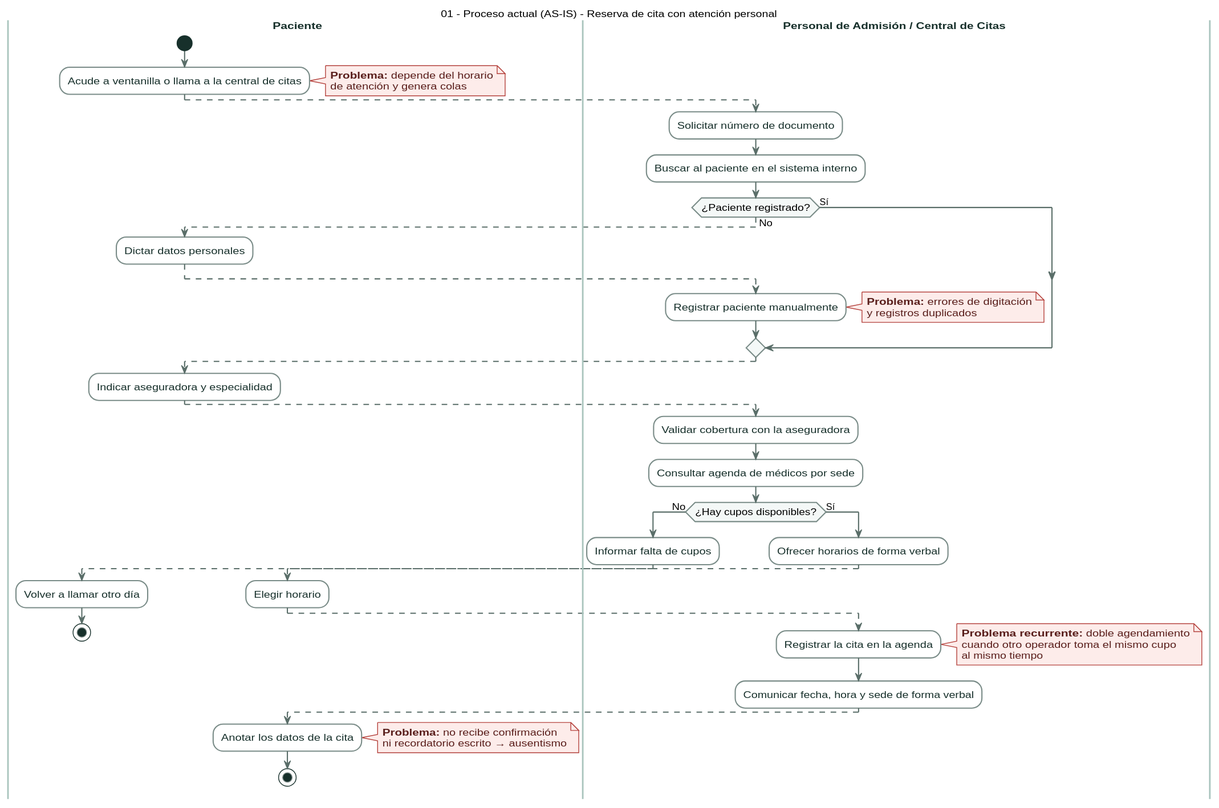
The PlantUML diagram docs/diagrams/processes/current/img/01-current-process.svg in Jimena-CC/ProyectoCitasMedicas, before a commit. The source it was exported from:
```plantuml
@startuml
title 01 - Proceso actual (AS-IS) - Reserva de cita con atención personal

skinparam shadowing false
skinparam roundCorner 10
skinparam defaultFontName "Helvetica"
skinparam defaultFontSize 12
skinparam ArrowColor #5A6E69
skinparam SwimlaneBorderColor #A9C4BD
skinparam SwimlaneTitleFontColor #17302B
skinparam SwimlaneTitleFontStyle bold
skinparam activity {
  BackgroundColor #FFFFFF
  BorderColor #7A8C88
  FontColor #17302B
  DiamondBackgroundColor #F4F8F7
  DiamondBorderColor #7A8C88
  StartColor #17302B
  EndColor #17302B
}
skinparam note {
  BackgroundColor #FDECEA
  BorderColor #B4413C
  FontColor #5A1F1C
}

|Paciente|
start
:Acude a ventanilla o llama a la central de citas;
note right
  <b>Problema:</b> depende del horario
  de atención y genera colas
end note

|Personal de Admisión / Central de Citas|
-[dashed]->
:Solicitar número de documento;
:Buscar al paciente en el sistema interno;

if (¿Paciente registrado?) then (No)
  |Paciente|
  -[dashed]->
  :Dictar datos personales;
  |Personal de Admisión / Central de Citas|
  -[dashed]->
  :Registrar paciente manualmente;
  note right
    <b>Problema:</b> errores de digitación
    y registros duplicados
  end note
else (Sí)
endif

|Paciente|
-[dashed]->
:Indicar aseguradora y especialidad;

|Personal de Admisión / Central de Citas|
-[dashed]->
:Validar cobertura con la aseguradora;
:Consultar agenda de médicos por sede;

if (¿Hay cupos disponibles?) then (No)
  :Informar falta de cupos;
  |Paciente|
  -[dashed]->
  :Volver a llamar otro día;
  stop
else (Sí)
  |Personal de Admisión / Central de Citas|
  :Ofrecer horarios de forma verbal;
  |Paciente|
  -[dashed]->
  :Elegir horario;
  |Personal de Admisión / Central de Citas|
  -[dashed]->
  :Registrar la cita en la agenda;
  note right
    <b>Problema recurrente:</b> doble agendamiento
    cuando otro operador toma el mismo cupo
    al mismo tiempo
  end note
  :Comunicar fecha, hora y sede de forma verbal;
  |Paciente|
  -[dashed]->
  :Anotar los datos de la cita;
  note right
    <b>Problema:</b> no recibe confirmación
    ni recordatorio escrito → ausentismo
  end note
  stop
endif

@enduml
```
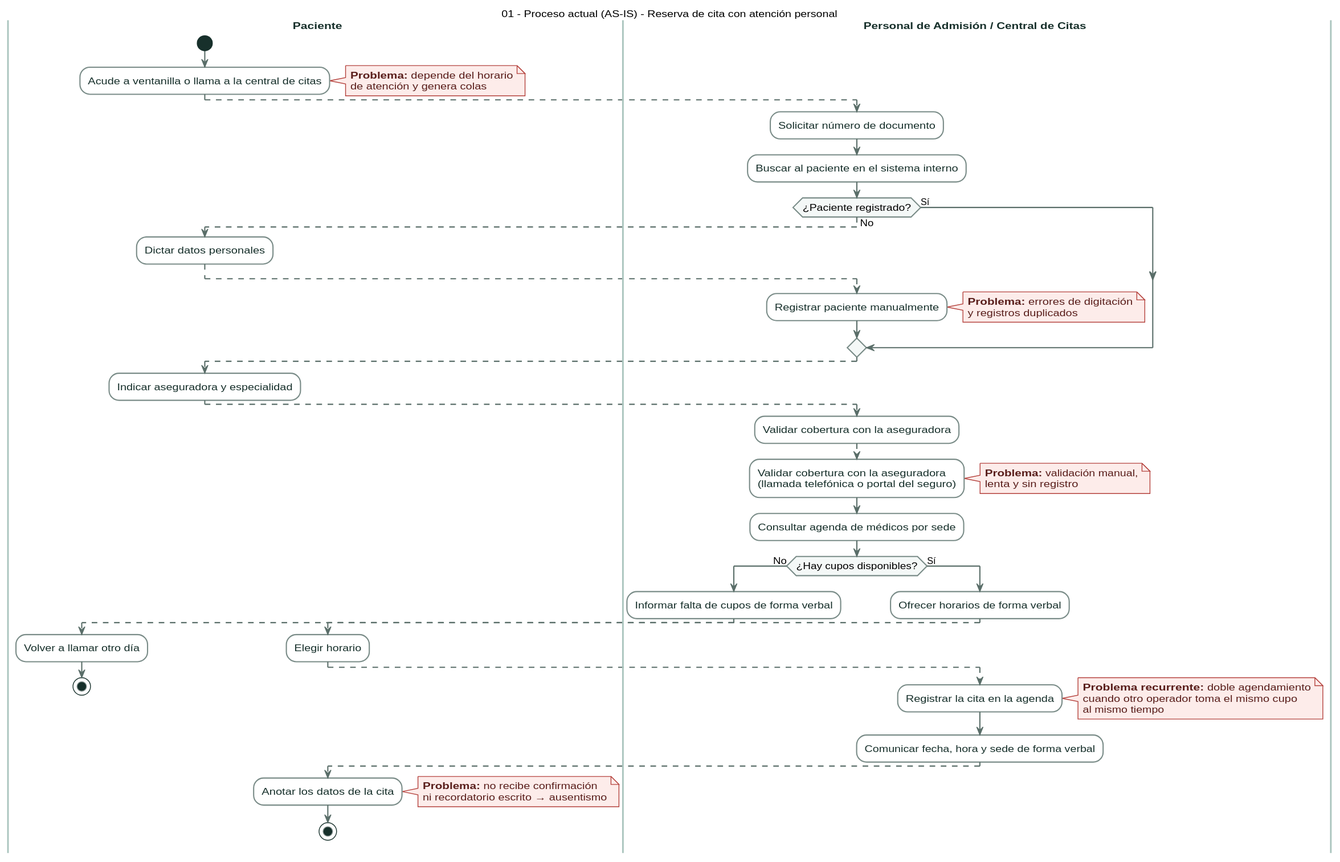
After the change.

Diff of the diagram source:
```diff
@@ -58,10 +58,17 @@
 |Personal de Admisión / Central de Citas|
 -[dashed]->
 :Validar cobertura con la aseguradora;
+-[dashed]->
+:Validar cobertura con la aseguradora
+(llamada telefónica o portal del seguro);
+note right
+  <b>Problema:</b> validación manual,
+  lenta y sin registro
+end note
 :Consultar agenda de médicos por sede;
 
 if (¿Hay cupos disponibles?) then (No)
-  :Informar falta de cupos;
+  :Informar falta de cupos de forma verbal;
   |Paciente|
   -[dashed]->
   :Volver a llamar otro día;
```
